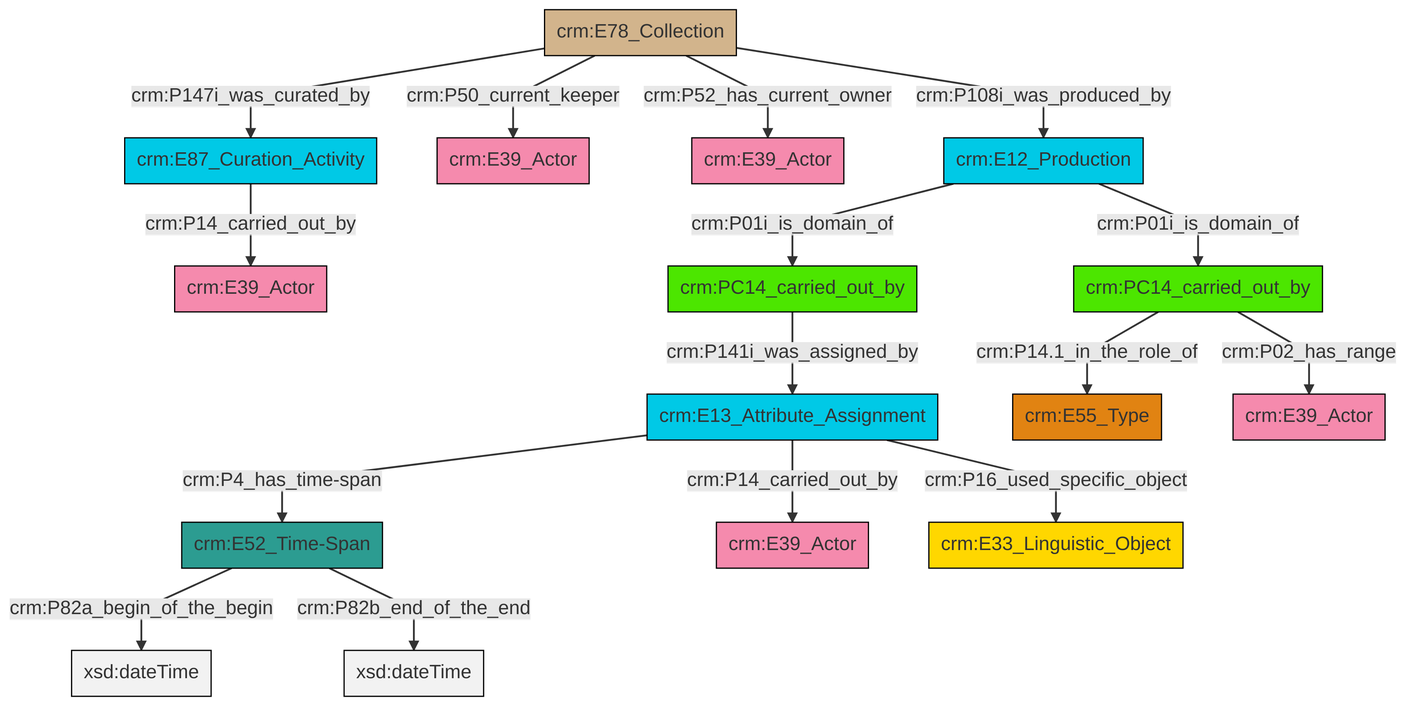
Before: et/archivalCSV/ttl/mmd/png/archival_relation.png, a diagram exported from Mermaid (swiss-art-research-net/docs.swissartresearch). Its source is kept beside it as et/archivalCSV/ttl/mmd/archival_relation.ttl.mmd.
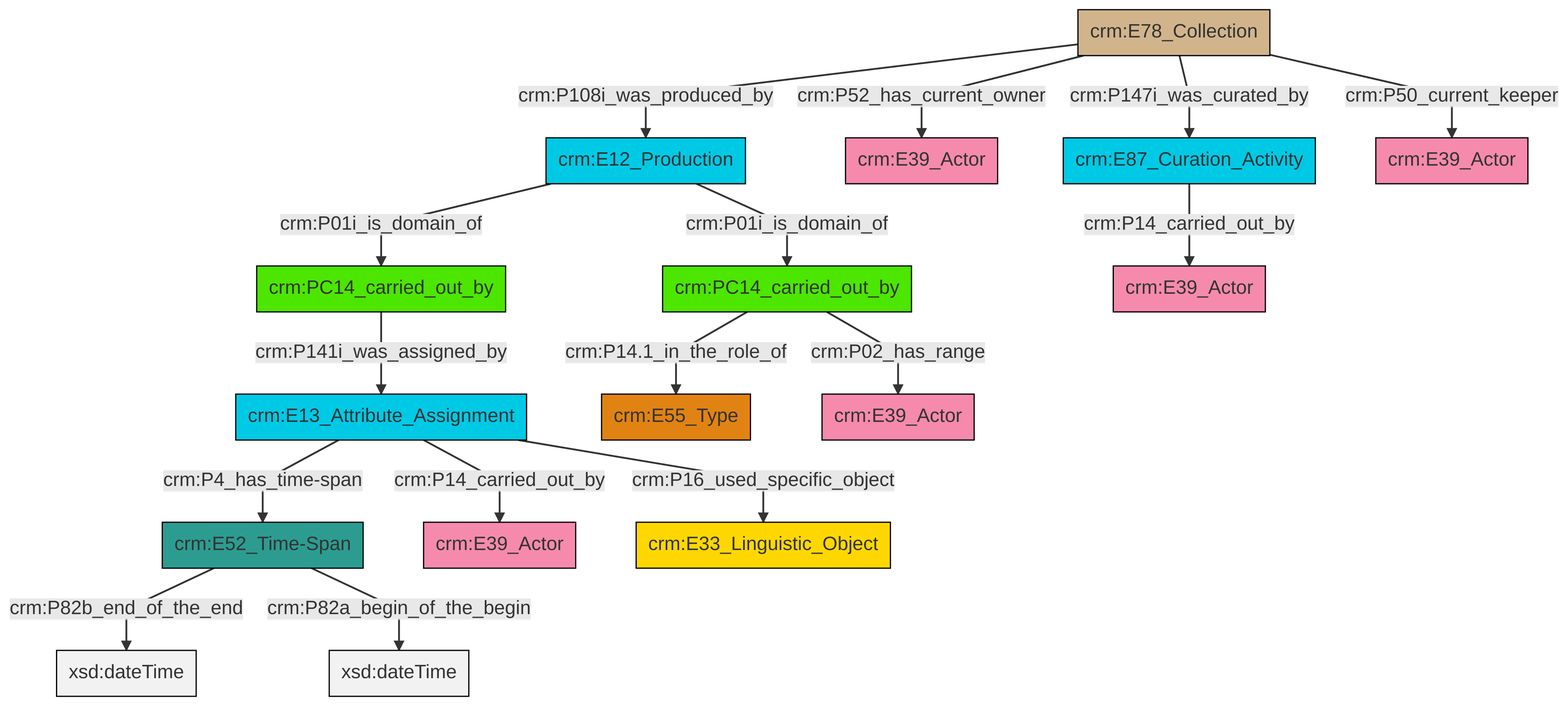
The same file after the commit.

Change to the diagram source:
```diff
@@ -13,18 +13,18 @@
 classDef PC_Classes fill:#4ce600, stroke:#000000;
 classDef Multi fill:#cccccc,stroke:#000000;
 
-2["crm:E13_Attribute_Assignment"]:::Temporal_Entity -->|crm:P14_carried_out_by| 3["crm:E39_Actor"]:::Actor
-6["crm:E78_Collection"]:::Physical_Thing -->|crm:P147i_was_curated_by| 7["crm:E87_Curation_Activity"]:::Temporal_Entity
-6["crm:E78_Collection"]:::Physical_Thing -->|crm:P50_current_keeper| 9["crm:E39_Actor"]:::Actor
-7["crm:E87_Curation_Activity"]:::Temporal_Entity -->|crm:P14_carried_out_by| 10["crm:E39_Actor"]:::Actor
-6["crm:E78_Collection"]:::Physical_Thing -->|crm:P52_has_current_owner| 11["crm:E39_Actor"]:::Actor
-19["crm:PC14_carried_out_by"]:::PC_Classes -->|crm:P14.1_in_the_role_of| 17["crm:E55_Type"]:::Type
-0["crm:E52_Time-Span"]:::Time-Span -->|crm:P82a_begin_of_the_begin| 24[xsd:dateTime]:::Literal
-2["crm:E13_Attribute_Assignment"]:::Temporal_Entity -->|crm:P16_used_specific_object| 4["crm:E33_Linguistic_Object"]:::Conceptual_Object
-14["crm:E12_Production"]:::Temporal_Entity -->|crm:P01i_is_domain_of| 19["crm:PC14_carried_out_by"]:::PC_Classes
-6["crm:E78_Collection"]:::Physical_Thing -->|crm:P108i_was_produced_by| 14["crm:E12_Production"]:::Temporal_Entity
-2["crm:E13_Attribute_Assignment"]:::Temporal_Entity -->|crm:P4_has_time-span| 0["crm:E52_Time-Span"]:::Time-Span
-19["crm:PC14_carried_out_by"]:::PC_Classes -->|crm:P02_has_range| 22["crm:E39_Actor"]:::Actor
-25["crm:PC14_carried_out_by"]:::PC_Classes -->|crm:P141i_was_assigned_by| 2["crm:E13_Attribute_Assignment"]:::Temporal_Entity
-14["crm:E12_Production"]:::Temporal_Entity -->|crm:P01i_is_domain_of| 25["crm:PC14_carried_out_by"]:::PC_Classes
-0["crm:E52_Time-Span"]:::Time-Span -->|crm:P82b_end_of_the_end| 28[xsd:dateTime]:::Literal
+2["crm:PC14_carried_out_by"]:::PC_Classes -->|crm:P141i_was_assigned_by| 3["crm:E13_Attribute_Assignment"]:::Temporal_Entity
+4["crm:E87_Curation_Activity"]:::Temporal_Entity -->|crm:P14_carried_out_by| 5["crm:E39_Actor"]:::Actor
+6["crm:E52_Time-Span"]:::Time-Span -->|crm:P82b_end_of_the_end| 7[xsd:dateTime]:::Literal
+0["crm:PC14_carried_out_by"]:::PC_Classes -->|crm:P14.1_in_the_role_of| 10["crm:E55_Type"]:::Type
+3["crm:E13_Attribute_Assignment"]:::Temporal_Entity -->|crm:P14_carried_out_by| 11["crm:E39_Actor"]:::Actor
+16["crm:E12_Production"]:::Temporal_Entity -->|crm:P01i_is_domain_of| 0["crm:PC14_carried_out_by"]:::PC_Classes
+0["crm:PC14_carried_out_by"]:::PC_Classes -->|crm:P02_has_range| 17["crm:E39_Actor"]:::Actor
+8["crm:E78_Collection"]:::Physical_Thing -->|crm:P108i_was_produced_by| 16["crm:E12_Production"]:::Temporal_Entity
+3["crm:E13_Attribute_Assignment"]:::Temporal_Entity -->|crm:P4_has_time-span| 6["crm:E52_Time-Span"]:::Time-Span
+3["crm:E13_Attribute_Assignment"]:::Temporal_Entity -->|crm:P16_used_specific_object| 12["crm:E33_Linguistic_Object"]:::Conceptual_Object
+6["crm:E52_Time-Span"]:::Time-Span -->|crm:P82a_begin_of_the_begin| 23[xsd:dateTime]:::Literal
+8["crm:E78_Collection"]:::Physical_Thing -->|crm:P147i_was_curated_by| 4["crm:E87_Curation_Activity"]:::Temporal_Entity
+8["crm:E78_Collection"]:::Physical_Thing -->|crm:P52_has_current_owner| 14["crm:E39_Actor"]:::Actor
+16["crm:E12_Production"]:::Temporal_Entity -->|crm:P01i_is_domain_of| 2["crm:PC14_carried_out_by"]:::PC_Classes
+8["crm:E78_Collection"]:::Physical_Thing -->|crm:P50_current_keeper| 18["crm:E39_Actor"]:::Actor
```
